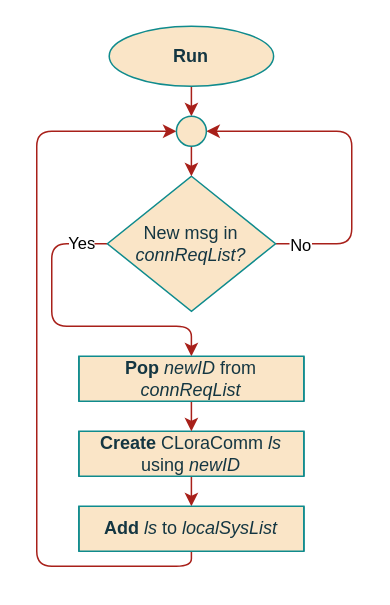
Above: page "run" (3 of 5) of documentation/flowcharts/Gateway/CGateway.drawio in ESRGgroup9/slipad (draw.io), before the change. Source tidied: cells renumbered, new cells numbered last; positions are measured from the earlier drawing's top-left corner, leaving out a move shared by most shapes. Both pictures are drawn from the tidied source at 150%, with x=0, y=0 at pixel (36, 26).
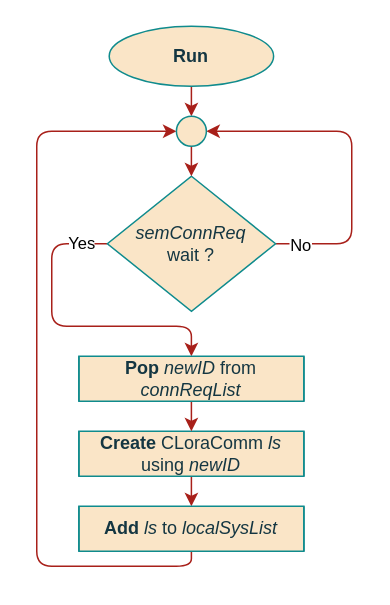
The same diagram, later.

What changed in the source:
```diff
@@
-    <mxCell id="7" value="New msg in &lt;i&gt;connReqList?&lt;/i&gt; " style="rhombus;whiteSpace=wrap;html=1;rounded=0;sketch=0;fontColor=#143642;strokeColor=#0F8B8D;fillColor=#FAE5C7;" parent="1" vertex="1">
+    <mxCell id="7" value="&lt;div&gt;&lt;i&gt;semConnReq&lt;/i&gt; &lt;br&gt;&lt;/div&gt;&lt;div&gt;wait ?&lt;/div&gt;" style="rhombus;whiteSpace=wrap;html=1;rounded=0;sketch=0;fontColor=#143642;strokeColor=#0F8B8D;fillColor=#FAE5C7;" parent="1" vertex="1">
       <mxGeometry x="47.1" y="100" width="112.1" height="90" as="geometry" />
     </mxCell>
```
